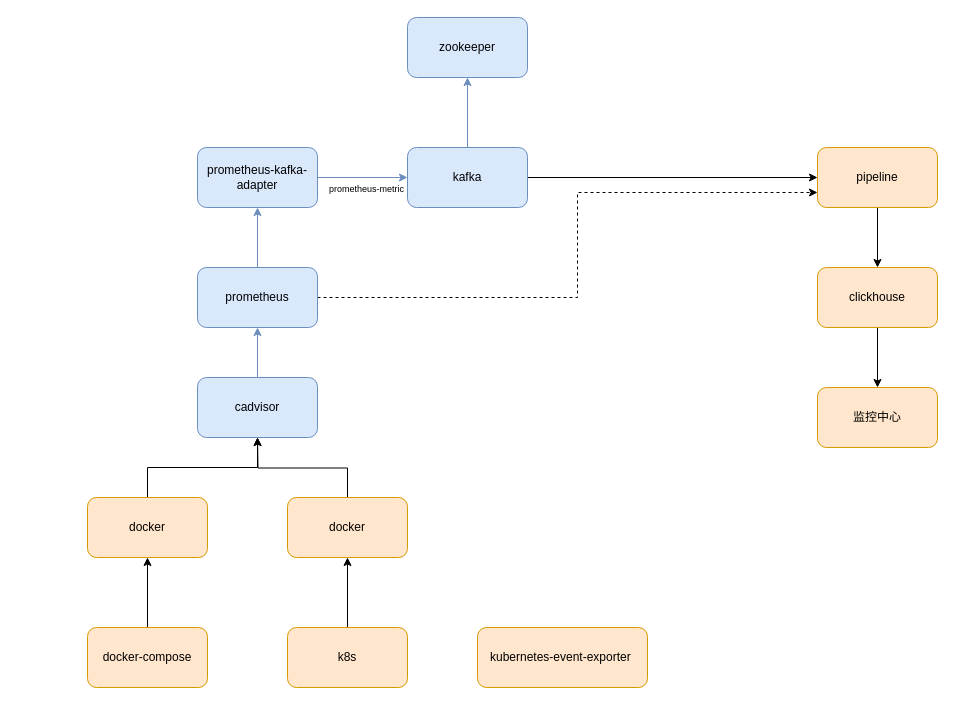
Earlier version of the draw.io diagram host-monitor.drawio (yimeng/monitoring-host). Source tidied: cells renumbered, new cells numbered last; positions are measured from the earlier drawing's top-left corner, leaving out a move shared by most shapes. Both pictures are drawn from the tidied source at 100%, with x=0, y=0 at pixel (87, 17).
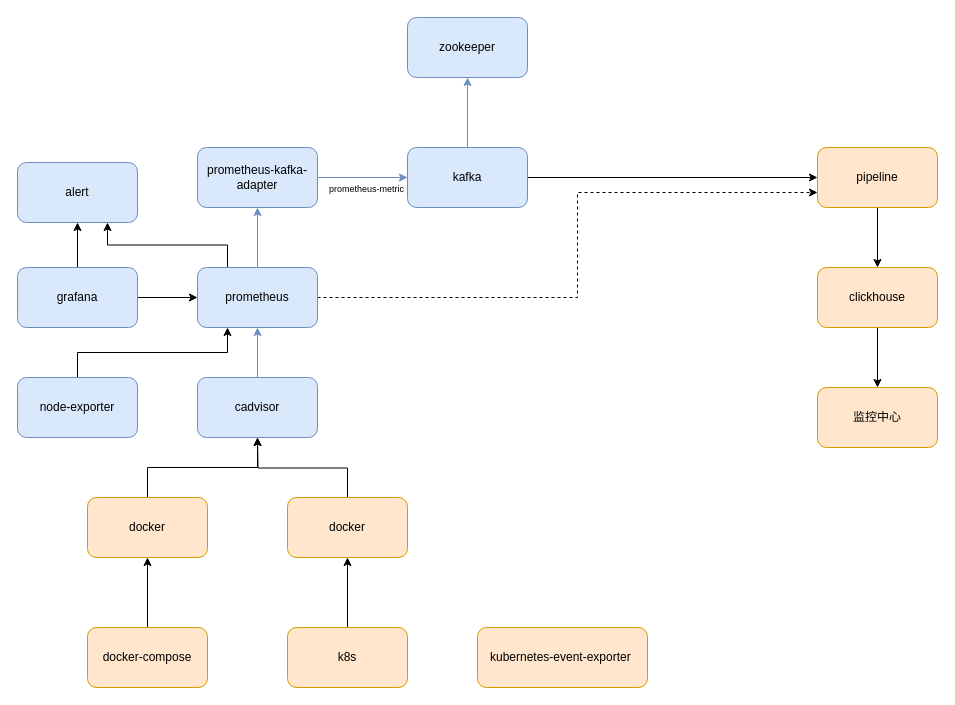
After the change.

Unchanged cells that the change refers to:
```xml
<mxCell id="14" value="prometheus" style="rounded=1;whiteSpace=wrap;html=1;fillColor=#dae8fc;strokeColor=#6c8ebf;" parent="1" vertex="1">
  <mxGeometry x="110" y="250" width="120" height="60" as="geometry" />
</mxCell>
```

The edit, as a diff of the source:
```diff
@@
+    <mxCell id="28" style="edgeStyle=orthogonalEdgeStyle;rounded=0;jettySize=auto;html=1;exitX=0.25;exitY=0;exitDx=0;exitDy=0;entryX=0.75;entryY=1;entryDx=0;entryDy=0;fontSize=9;" parent="1" edge="1" source="14" target="32">
+      <mxGeometry relative="1" as="geometry" />
+    </mxCell>
@@
+    <mxCell id="29" style="edgeStyle=orthogonalEdgeStyle;rounded=0;jettySize=auto;html=1;exitX=1;exitY=0.5;exitDx=0;exitDy=0;entryX=0;entryY=0.5;entryDx=0;entryDy=0;fontSize=9;" parent="1" edge="1" source="31" target="14">
+      <mxGeometry relative="1" as="geometry" />
+    </mxCell>
+    <mxCell id="30" style="edgeStyle=orthogonalEdgeStyle;rounded=0;jettySize=auto;html=1;exitX=0.5;exitY=0;exitDx=0;exitDy=0;entryX=0.5;entryY=1;entryDx=0;entryDy=0;fontSize=9;" parent="1" edge="1" source="31" target="32">
+      <mxGeometry relative="1" as="geometry" />
+    </mxCell>
+    <mxCell id="31" value="grafana" style="rounded=1;whiteSpace=wrap;html=1;fillColor=#dae8fc;strokeColor=#6c8ebf;" parent="1" vertex="1">
+      <mxGeometry x="-70" y="250" width="120" height="60" as="geometry" />
+    </mxCell>
+    <mxCell id="32" value="alert" style="rounded=1;whiteSpace=wrap;html=1;fillColor=#dae8fc;strokeColor=#6c8ebf;" parent="1" vertex="1">
+      <mxGeometry x="-70" y="145" width="120" height="60" as="geometry" />
+    </mxCell>
+    <mxCell id="33" style="edgeStyle=orthogonalEdgeStyle;rounded=0;jettySize=auto;html=1;exitX=0.5;exitY=0;exitDx=0;exitDy=0;entryX=0.25;entryY=1;entryDx=0;entryDy=0;fontSize=9;" parent="1" edge="1" source="34" target="14">
+      <mxGeometry relative="1" as="geometry" />
+    </mxCell>
+    <mxCell id="34" value="node-exporter" style="rounded=1;whiteSpace=wrap;html=1;fillColor=#dae8fc;strokeColor=#6c8ebf;" parent="1" vertex="1">
+      <mxGeometry x="-70" y="360" width="120" height="60" as="geometry" />
+    </mxCell>
```
